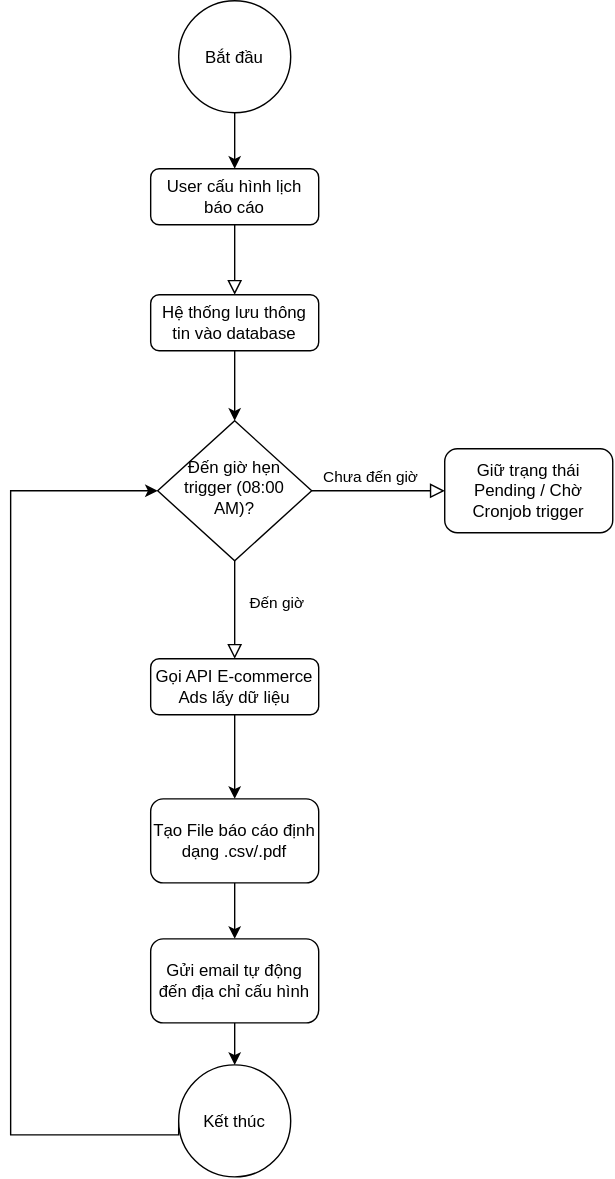
Above: business-flow.svg in linh-th/ecommerce-adtech (draw.io), before the change. Source tidied: cells renumbered, new cells last; positions are measured from the earlier drawing's top-left corner, leaving out a move shared by most shapes.
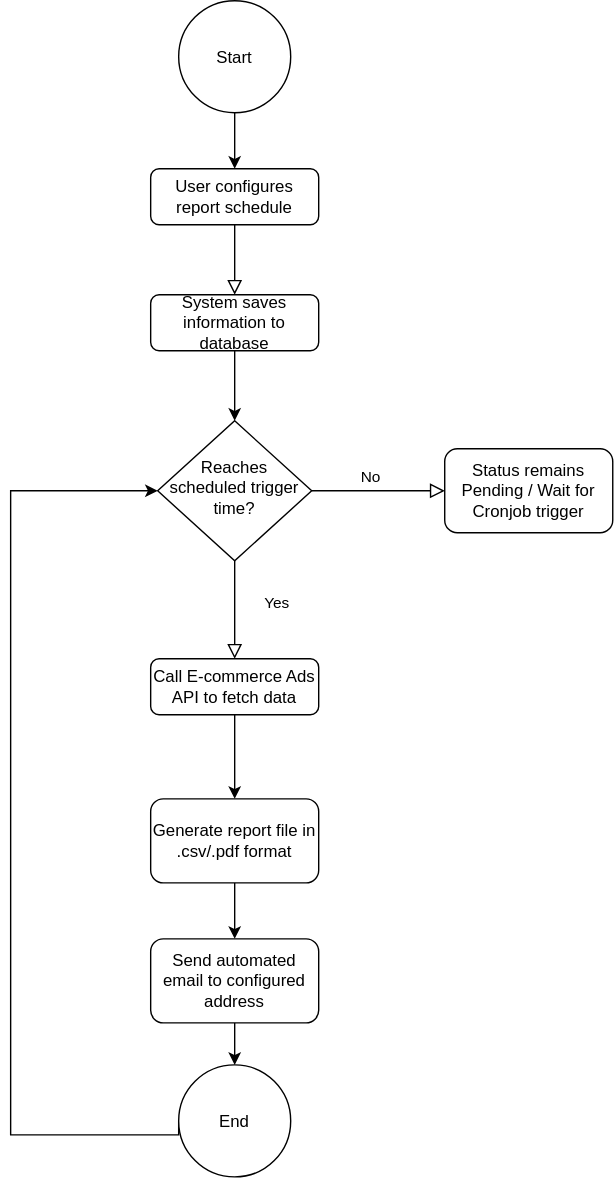
The same file after the commit.

What changed in the source:
```diff
@@ -7,43 +7,43 @@
         <mxPoint x="160" y="210" as="targetPoint" />
       </mxGeometry>
     </mxCell>
-    <mxCell id="3" value="User cấu hình lịch báo cáo" style="rounded=1;whiteSpace=wrap;html=1;fontSize=12;glass=0;strokeWidth=1;shadow=0;" parent="1" vertex="1">
+    <mxCell id="3" value="User configures report schedule" style="rounded=1;whiteSpace=wrap;html=1;fontSize=12;glass=0;strokeWidth=1;shadow=0;" parent="1" vertex="1">
       <mxGeometry x="100" y="120" width="120" height="40" as="geometry" />
     </mxCell>
-    <mxCell id="4" value="Đến giờ" style="rounded=0;html=1;jettySize=auto;fontSize=11;endArrow=block;endFill=0;endSize=8;strokeWidth=1;shadow=0;labelBackgroundColor=none;edgeStyle=orthogonalEdgeStyle;" parent="1" edge="1" source="5" target="7">
+    <mxCell id="4" value="Yes" style="rounded=0;html=1;jettySize=auto;fontSize=11;endArrow=block;endFill=0;endSize=8;strokeWidth=1;shadow=0;labelBackgroundColor=none;edgeStyle=orthogonalEdgeStyle;" parent="1" edge="1" source="5" target="7">
       <mxGeometry x="-0.14" y="30" relative="1" as="geometry" />
     </mxCell>
-    <mxCell id="5" value="Đến giờ hẹn trigger (08:00 AM)?" style="rhombus;whiteSpace=wrap;html=1;shadow=0;fontFamily=Helvetica;fontSize=12;align=center;strokeWidth=1;spacing=6;spacingTop=-4;" parent="1" vertex="1">
+    <mxCell id="5" value="Reaches scheduled trigger time?" style="rhombus;whiteSpace=wrap;html=1;shadow=0;fontFamily=Helvetica;fontSize=12;align=center;strokeWidth=1;spacing=6;spacingTop=-4;" parent="1" vertex="1">
       <mxGeometry x="105" y="300" width="110" height="100" as="geometry" />
     </mxCell>
     <mxCell id="6" style="edgeStyle=orthogonalEdgeStyle;rounded=0;jettySize=auto;html=1;defaultLabelBackgroundColor=page;" parent="1" edge="1" source="7" target="13">
       <mxGeometry relative="1" as="geometry" />
     </mxCell>
-    <mxCell id="7" value="Gọi API E-commerce Ads lấy dữ liệu" style="rounded=1;whiteSpace=wrap;html=1;fontSize=12;glass=0;strokeWidth=1;shadow=0;" parent="1" vertex="1">
+    <mxCell id="7" value="Call E-commerce Ads API to fetch data" style="rounded=1;whiteSpace=wrap;html=1;fontSize=12;glass=0;strokeWidth=1;shadow=0;" parent="1" vertex="1">
       <mxGeometry x="100" y="470" width="120" height="40" as="geometry" />
     </mxCell>
     <mxCell id="8" style="edgeStyle=orthogonalEdgeStyle;rounded=0;jettySize=auto;html=1;entryX=0.5;entryY=0;entryDx=0;entryDy=0;defaultLabelBackgroundColor=page;" parent="1" edge="1" source="9" target="3">
       <mxGeometry relative="1" as="geometry" />
     </mxCell>
-    <mxCell id="9" value="Bắt đầu" style="ellipse;whiteSpace=wrap;html=1;shapeInside=1;" parent="1" vertex="1">
+    <mxCell id="9" value="Start" style="ellipse;whiteSpace=wrap;html=1;shapeInside=1;" parent="1" vertex="1">
       <mxGeometry x="120" width="80" height="80" as="geometry" />
     </mxCell>
     <mxCell id="10" style="edgeStyle=orthogonalEdgeStyle;rounded=0;jettySize=auto;html=1;defaultLabelBackgroundColor=page;entryX=0.5;entryY=0;entryDx=0;entryDy=0;exitX=0.5;exitY=1;exitDx=0;exitDy=0;" parent="1" edge="1" source="11" target="5">
       <mxGeometry relative="1" as="geometry" />
     </mxCell>
-    <mxCell id="11" value="Hệ thống lưu thông tin vào database" style="rounded=1;whiteSpace=wrap;html=1;fontSize=12;glass=0;strokeWidth=1;shadow=0;" parent="1" vertex="1">
+    <mxCell id="11" value="System saves information to database" style="rounded=1;whiteSpace=wrap;html=1;fontSize=12;glass=0;strokeWidth=1;shadow=0;" parent="1" vertex="1">
       <mxGeometry x="100" y="210" width="120" height="40" as="geometry" />
     </mxCell>
     <mxCell id="12" style="edgeStyle=orthogonalEdgeStyle;rounded=0;jettySize=auto;html=1;exitX=0.5;exitY=1;exitDx=0;exitDy=0;entryX=0.5;entryY=0;entryDx=0;entryDy=0;defaultLabelBackgroundColor=page;" parent="1" edge="1" source="13" target="15">
       <mxGeometry relative="1" as="geometry" />
     </mxCell>
-    <mxCell id="13" value="Tạo File báo cáo định dạng .csv/.pdf" style="whiteSpace=wrap;html=1;rounded=1;glass=0;strokeWidth=1;shadow=0;" parent="1" vertex="1">
+    <mxCell id="13" value="Generate report file in .csv/.pdf format" style="whiteSpace=wrap;html=1;rounded=1;glass=0;strokeWidth=1;shadow=0;" parent="1" vertex="1">
       <mxGeometry x="100" y="570" width="120" height="60" as="geometry" />
     </mxCell>
     <mxCell id="14" style="edgeStyle=orthogonalEdgeStyle;rounded=0;jettySize=auto;html=1;exitX=0.5;exitY=1;exitDx=0;exitDy=0;entryX=0.5;entryY=0;entryDx=0;entryDy=0;defaultLabelBackgroundColor=page;" parent="1" edge="1" source="15" target="17">
       <mxGeometry relative="1" as="geometry" />
     </mxCell>
-    <mxCell id="15" value="Gửi email tự động đến địa chỉ cấu hình" style="whiteSpace=wrap;html=1;rounded=1;glass=0;strokeWidth=1;shadow=0;" parent="1" vertex="1">
+    <mxCell id="15" value="Send automated email to configured address" style="whiteSpace=wrap;html=1;rounded=1;glass=0;strokeWidth=1;shadow=0;" parent="1" vertex="1">
       <mxGeometry x="100" y="670" width="120" height="60" as="geometry" />
     </mxCell>
     <mxCell id="16" style="edgeStyle=orthogonalEdgeStyle;rounded=0;jettySize=auto;html=1;exitX=0;exitY=0.5;exitDx=0;exitDy=0;entryX=0;entryY=0.5;entryDx=0;entryDy=0;defaultLabelBackgroundColor=page;" parent="1" edge="1" source="17" target="5">
@@ -54,13 +54,13 @@
         </Array>
       </mxGeometry>
     </mxCell>
-    <mxCell id="17" value="Kết thúc" style="ellipse;whiteSpace=wrap;html=1;shapeInside=1;" parent="1" vertex="1">
+    <mxCell id="17" value="End" style="ellipse;whiteSpace=wrap;html=1;shapeInside=1;" parent="1" vertex="1">
       <mxGeometry x="120" y="760" width="80" height="80" as="geometry" />
     </mxCell>
-    <mxCell id="18" value="Giữ trạng thái Pending / Chờ Cronjob trigger" style="whiteSpace=wrap;html=1;rounded=1;glass=0;strokeWidth=1;shadow=0;" parent="1" vertex="1">
+    <mxCell id="18" value="Status remains Pending / Wait for Cronjob trigger" style="whiteSpace=wrap;html=1;rounded=1;glass=0;strokeWidth=1;shadow=0;" parent="1" vertex="1">
       <mxGeometry x="310" y="320" width="120" height="60" as="geometry" />
     </mxCell>
-    <mxCell id="19" value="Chưa đến giờ" style="rounded=0;html=1;jettySize=auto;fontSize=11;endArrow=block;endFill=0;endSize=8;strokeWidth=1;shadow=0;labelBackgroundColor=none;edgeStyle=orthogonalEdgeStyle;entryX=0;entryY=0.5;entryDx=0;entryDy=0;exitX=1;exitY=0.5;exitDx=0;exitDy=0;" parent="1" edge="1" source="5" target="18">
+    <mxCell id="19" value="No" style="rounded=0;html=1;jettySize=auto;fontSize=11;endArrow=block;endFill=0;endSize=8;strokeWidth=1;shadow=0;labelBackgroundColor=none;edgeStyle=orthogonalEdgeStyle;entryX=0;entryY=0.5;entryDx=0;entryDy=0;exitX=1;exitY=0.5;exitDx=0;exitDy=0;" parent="1" edge="1" source="5" target="18">
       <mxGeometry x="-0.11" y="10" relative="1" as="geometry" />
     </mxCell>
   </root>
```
